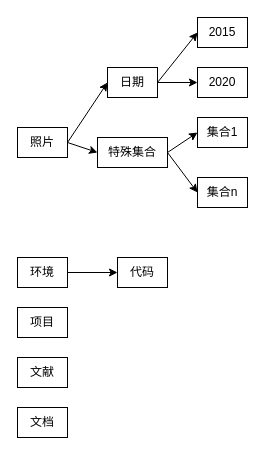
Before: 文件夹框架.drawio in undinuanao/-, a draw.io diagram. Source tidied: cells renumbered, new cells numbered last; positions are measured from the earlier drawing's top-left corner, leaving out a move shared by most shapes. Both pictures are drawn from the tidied source at 100%, with x=0, y=0 at pixel (17, 17).
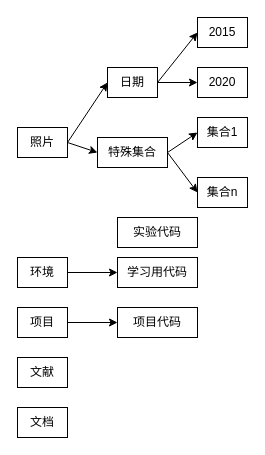
After the change.

Commit message:
更新文件夹框架.drawio

The change refers to these unchanged cells:
```xml
<mxCell id="16" value="项目" style="rounded=0;whiteSpace=wrap;html=1;" parent="1" vertex="1">
  <mxGeometry y="290" width="50" height="30" as="geometry" />
</mxCell>
```

Diff of the diagram source:
```diff
@@
-    <mxCell id="9" value="代码" style="rounded=0;whiteSpace=wrap;html=1;" parent="1" vertex="1">
-      <mxGeometry x="100" y="240" width="50" height="30" as="geometry" />
+    <mxCell id="9" value="学习用代码" style="rounded=0;whiteSpace=wrap;html=1;" parent="1" vertex="1">
+      <mxGeometry x="100" y="240" width="80" height="30" as="geometry" />
     </mxCell>
@@
+    <mxCell id="21" value="项目代码" style="rounded=0;whiteSpace=wrap;html=1;" parent="1" vertex="1">
+      <mxGeometry x="100" y="290" width="80" height="30" as="geometry" />
+    </mxCell>
+    <mxCell id="22" style="endArrow=classic;html=1;exitX=1;exitY=0.5;exitDx=0;exitDy=0;entryX=0;entryY=0.5;entryDx=0;entryDy=0;" parent="1" edge="1" source="16" target="21">
+      <mxGeometry relative="1" as="geometry" />
+    </mxCell>
+    <mxCell id="23" value="实验代码" style="rounded=0;whiteSpace=wrap;html=1;" parent="1" vertex="1">
+      <mxGeometry x="100" y="200" width="80" height="30" as="geometry" />
+    </mxCell>
```
